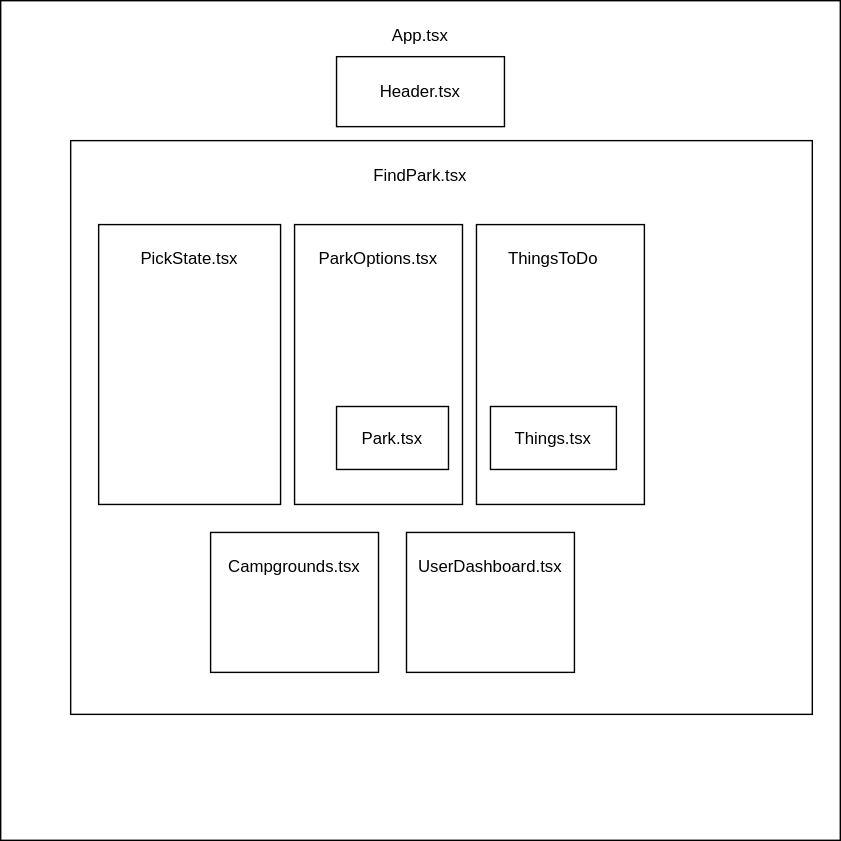
Earlier version of the draw.io export src/assets/component.diagram.drawio.svg (henry-oberholtzer/national-park-api). Source tidied: cells renumbered, new cells last; positions are measured from the earlier drawing's top-left corner, leaving out a move shared by most shapes.
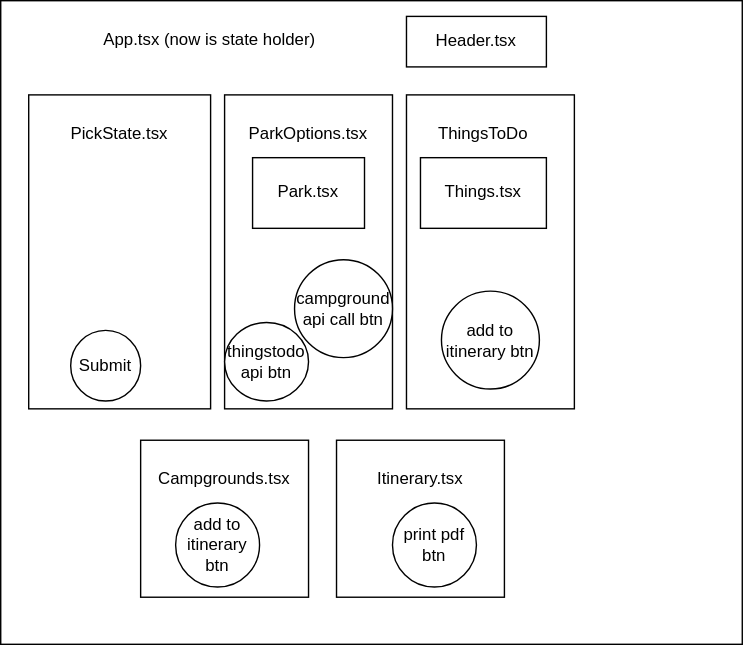
The same file after the commit.

The edit, as a diff of the source:
```diff
@@ -3,58 +3,73 @@
     <mxCell id="0" />
     <mxCell id="1" parent="0" />
     <mxCell id="2" style="whiteSpace=wrap;html=1;" parent="1" vertex="1">
-      <mxGeometry width="600" height="600" as="geometry" />
+      <mxGeometry x="50" y="50" width="460" height="460" as="geometry" />
     </mxCell>
-    <mxCell id="3" value="App.tsx" style="text;html=1;strokeColor=none;fillColor=none;align=center;verticalAlign=middle;whiteSpace=wrap;rounded=0;" parent="1" vertex="1">
-      <mxGeometry x="270" y="10" width="60" height="30" as="geometry" />
-    </mxCell>
-    <mxCell id="4" value="Header.tsx" style="rounded=0;whiteSpace=wrap;html=1;" parent="1" vertex="1">
-      <mxGeometry x="240" y="40" width="120" height="50" as="geometry" />
-    </mxCell>
     <mxCell id="5" style="group;" parent="1" vertex="1">
-      <mxGeometry x="50" y="100" width="530" height="410" as="geometry" />
+      <mxGeometry x="50" y="50" width="530" height="460" as="geometry" />
     </mxCell>
     <mxCell id="6" style="rounded=0;whiteSpace=wrap;html=1;" parent="5" vertex="1">
-      <mxGeometry width="530" height="410" as="geometry" />
+      <mxGeometry width="530" height="460" as="geometry" />
     </mxCell>
-    <mxCell id="7" value="FindPark.tsx" style="text;html=1;strokeColor=none;fillColor=none;align=center;verticalAlign=middle;whiteSpace=wrap;rounded=0;" parent="5" vertex="1">
-      <mxGeometry x="220" y="10" width="60" height="30" as="geometry" />
-    </mxCell>
     <mxCell id="8" style="rounded=0;whiteSpace=wrap;html=1;" parent="5" vertex="1">
-      <mxGeometry x="20" y="60" width="130" height="200" as="geometry" />
+      <mxGeometry x="20" y="67.3" width="130" height="224.4" as="geometry" />
     </mxCell>
     <mxCell id="9" value="PickState.tsx" style="text;html=1;strokeColor=none;fillColor=none;align=center;verticalAlign=middle;whiteSpace=wrap;rounded=0;" parent="5" vertex="1">
-      <mxGeometry x="55" y="70" width="60" height="30" as="geometry" />
+      <mxGeometry x="55" y="78.5" width="60" height="33.7" as="geometry" />
     </mxCell>
     <mxCell id="10" style="rounded=0;whiteSpace=wrap;html=1;" parent="5" vertex="1">
-      <mxGeometry x="160" y="60" width="120" height="200" as="geometry" />
+      <mxGeometry x="160" y="67.3" width="120" height="224.4" as="geometry" />
     </mxCell>
     <mxCell id="11" value="ParkOptions.tsx" style="text;html=1;strokeColor=none;fillColor=none;align=center;verticalAlign=middle;whiteSpace=wrap;rounded=0;" parent="5" vertex="1">
-      <mxGeometry x="190" y="70" width="60" height="30" as="geometry" />
+      <mxGeometry x="190" y="78.5" width="60" height="33.7" as="geometry" />
     </mxCell>
     <mxCell id="12" style="rounded=0;whiteSpace=wrap;html=1;" parent="5" vertex="1">
-      <mxGeometry x="290" y="60" width="120" height="200" as="geometry" />
+      <mxGeometry x="290" y="67.3" width="120" height="224.4" as="geometry" />
     </mxCell>
     <mxCell id="13" value="ThingsToDo" style="text;html=1;strokeColor=none;fillColor=none;align=center;verticalAlign=middle;whiteSpace=wrap;rounded=0;" parent="5" vertex="1">
-      <mxGeometry x="315" y="70" width="60" height="30" as="geometry" />
+      <mxGeometry x="315" y="78.5" width="60" height="33.7" as="geometry" />
     </mxCell>
     <mxCell id="14" value="Things.tsx" style="rounded=0;whiteSpace=wrap;html=1;" parent="5" vertex="1">
-      <mxGeometry x="300" y="190" width="90" height="45" as="geometry" />
+      <mxGeometry x="300" y="112.2" width="90" height="50.5" as="geometry" />
     </mxCell>
     <mxCell id="15" value="Park.tsx" style="rounded=0;whiteSpace=wrap;html=1;" parent="5" vertex="1">
-      <mxGeometry x="190" y="190" width="80" height="45" as="geometry" />
+      <mxGeometry x="180" y="112.2" width="80" height="50.5" as="geometry" />
     </mxCell>
     <mxCell id="16" style="rounded=0;whiteSpace=wrap;html=1;" parent="5" vertex="1">
-      <mxGeometry x="100" y="280" width="120" height="100" as="geometry" />
+      <mxGeometry x="100" y="314.1" width="120" height="112.2" as="geometry" />
     </mxCell>
     <mxCell id="17" value="Campgrounds.tsx" style="text;html=1;strokeColor=none;fillColor=none;align=center;verticalAlign=middle;whiteSpace=wrap;rounded=0;" parent="5" vertex="1">
-      <mxGeometry x="130" y="290" width="60" height="30" as="geometry" />
+      <mxGeometry x="130" y="325.4" width="60" height="33.7" as="geometry" />
     </mxCell>
     <mxCell id="18" style="rounded=0;whiteSpace=wrap;html=1;" parent="5" vertex="1">
-      <mxGeometry x="240" y="280" width="120" height="100" as="geometry" />
+      <mxGeometry x="240" y="314.1" width="120" height="112.2" as="geometry" />
     </mxCell>
-    <mxCell id="19" value="UserDashboard.tsx" style="text;html=1;strokeColor=none;fillColor=none;align=center;verticalAlign=middle;whiteSpace=wrap;rounded=0;" parent="5" vertex="1">
-      <mxGeometry x="270" y="290" width="60" height="30" as="geometry" />
+    <mxCell id="19" value="Itinerary.tsx" style="text;html=1;strokeColor=none;fillColor=none;align=center;verticalAlign=middle;whiteSpace=wrap;rounded=0;" parent="5" vertex="1">
+      <mxGeometry x="270" y="325.4" width="60" height="33.7" as="geometry" />
     </mxCell>
+    <mxCell id="20" value="Submit" style="ellipse;whiteSpace=wrap;html=1;" parent="5" vertex="1">
+      <mxGeometry x="50" y="235.6" width="50" height="50.5" as="geometry" />
+    </mxCell>
+    <mxCell id="21" value="thingstodo api btn" style="ellipse;whiteSpace=wrap;html=1;" parent="5" vertex="1">
+      <mxGeometry x="160" y="230" width="60" height="56.1" as="geometry" />
+    </mxCell>
+    <mxCell id="22" value="campground api call btn" style="ellipse;whiteSpace=wrap;html=1;" parent="5" vertex="1">
+      <mxGeometry x="210" y="185.1" width="70" height="70" as="geometry" />
+    </mxCell>
+    <mxCell id="23" value="add to itinerary btn" style="ellipse;whiteSpace=wrap;html=1;" parent="5" vertex="1">
+      <mxGeometry x="315" y="207.6" width="70" height="70" as="geometry" />
+    </mxCell>
+    <mxCell id="24" value="add to itinerary btn" style="ellipse;whiteSpace=wrap;html=1;" parent="5" vertex="1">
+      <mxGeometry x="125" y="359" width="60" height="60" as="geometry" />
+    </mxCell>
+    <mxCell id="25" value="print pdf btn" style="ellipse;whiteSpace=wrap;html=1;" parent="5" vertex="1">
+      <mxGeometry x="280" y="359" width="60" height="60" as="geometry" />
+    </mxCell>
+    <mxCell id="4" value="Header.tsx" style="rounded=0;whiteSpace=wrap;html=1;" parent="5" vertex="1">
+      <mxGeometry x="290" y="11.2" width="100" height="36.1" as="geometry" />
+    </mxCell>
+    <mxCell id="3" value="App.tsx (now is state holder)" style="text;html=1;strokeColor=none;fillColor=none;align=center;verticalAlign=middle;whiteSpace=wrap;rounded=0;" parent="5" vertex="1">
+      <mxGeometry x="70" y="11.2" width="159" height="33.7" as="geometry" />
+    </mxCell>
   </root>
 </mxGraphModel>
```
